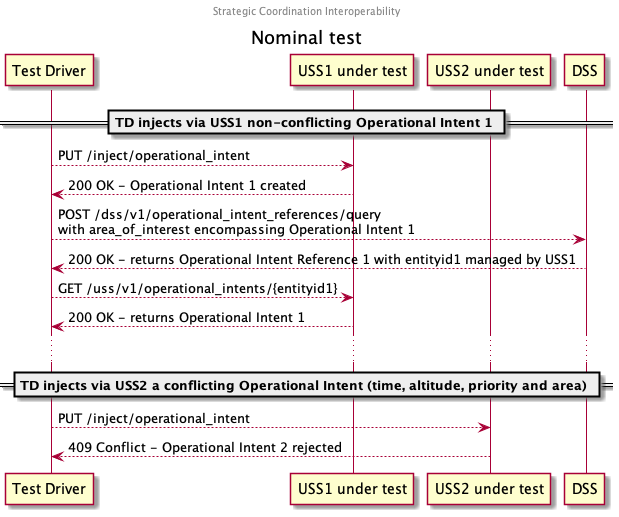
The PlantUML diagram interfaces/automated-testing/scd/design/strategic-coordination-interoperability/nominal-test.png in interuss/dss, before a commit.
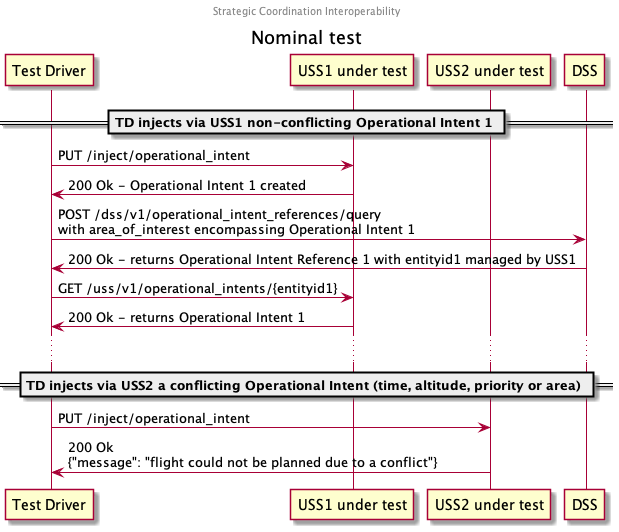
The same diagram one commit later.

Commit message:
Change Conflict case title and response code to 200

What changed in the source:
```diff
@@ -9,20 +9,20 @@
 
 == TD injects via USS1 non-conflicting Operational Intent 1 ==
 
-TD --> USS1: PUT /inject/operational_intent
-TD <-- USS1: 200 OK - Operational Intent 1 created
+TD -> USS1: PUT /inject/operational_intent
+TD <- USS1: 200 Ok - Operational Intent 1 created
 
-TD --> DSS: POST /dss/v1/operational_intent_references/query\nwith area_of_interest encompassing Operational Intent 1
-TD <-- DSS: 200 OK - returns Operational Intent Reference 1 with entityid1 managed by USS1
+TD -> DSS: POST /dss/v1/operational_intent_references/query\nwith area_of_interest encompassing Operational Intent 1
+TD <- DSS: 200 Ok - returns Operational Intent Reference 1 with entityid1 managed by USS1
 
-TD --> USS1: GET /uss/v1/operational_intents/{entityid1}
-TD <-- USS1: 200 OK - returns Operational Intent 1
+TD -> USS1: GET /uss/v1/operational_intents/{entityid1}
+TD <- USS1: 200 Ok - returns Operational Intent 1
 
 ...
 
-== TD injects via USS2 a conflicting Operational Intent (time, altitude, priority and area) ==
+== TD injects via USS2 a conflicting Operational Intent (time, altitude, priority or area) ==
 
-TD --> USS2: PUT /inject/operational_intent
-TD <-- USS2: 409 Conflict - Operational Intent 2 rejected
+TD -> USS2: PUT /inject/operational_intent
+TD <- USS2: 200 Ok\n{"message": "flight could not be planned due to a conflict"}
 
 @enduml
```
